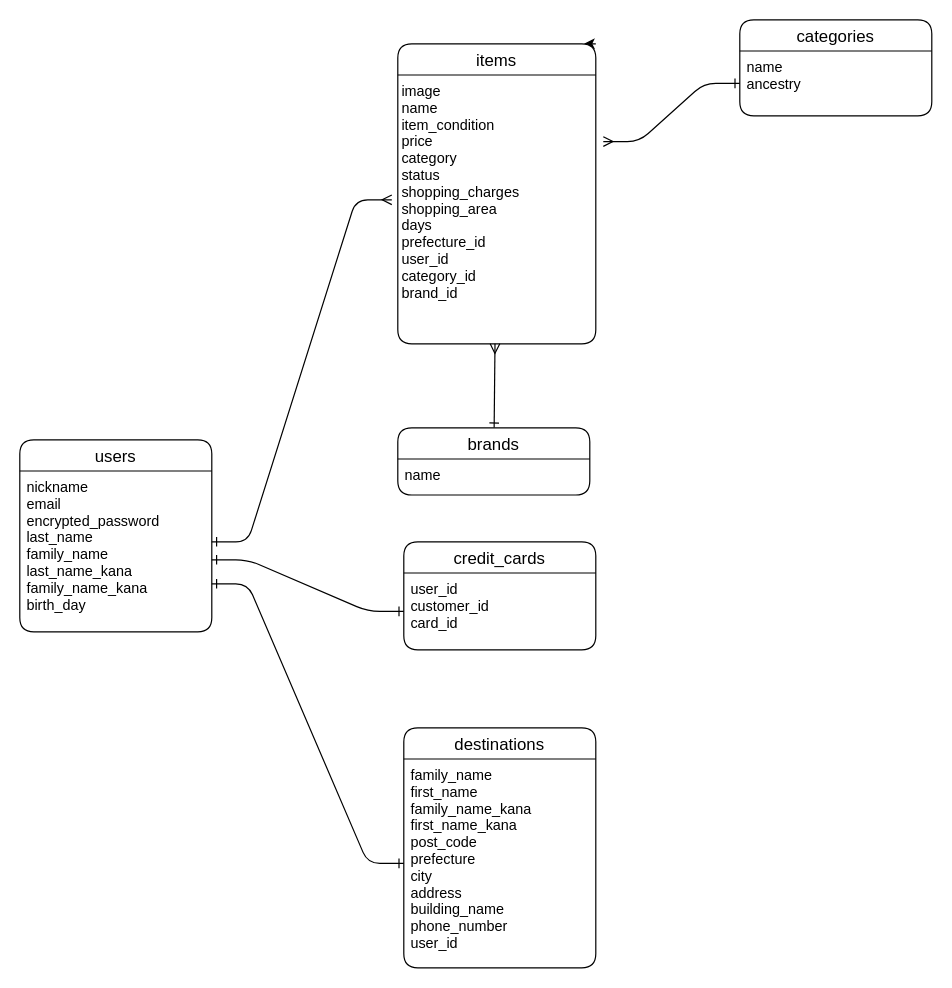
Earlier version of the draw.io diagram test.dio (harukou81mmm/furima-36344). Source tidied: cells renumbered, new cells numbered last; positions are measured from the earlier drawing's top-left corner, leaving out a move shared by most shapes. Both pictures are drawn from the tidied source at 120%, with x=0, y=0 at pixel (19, 19).
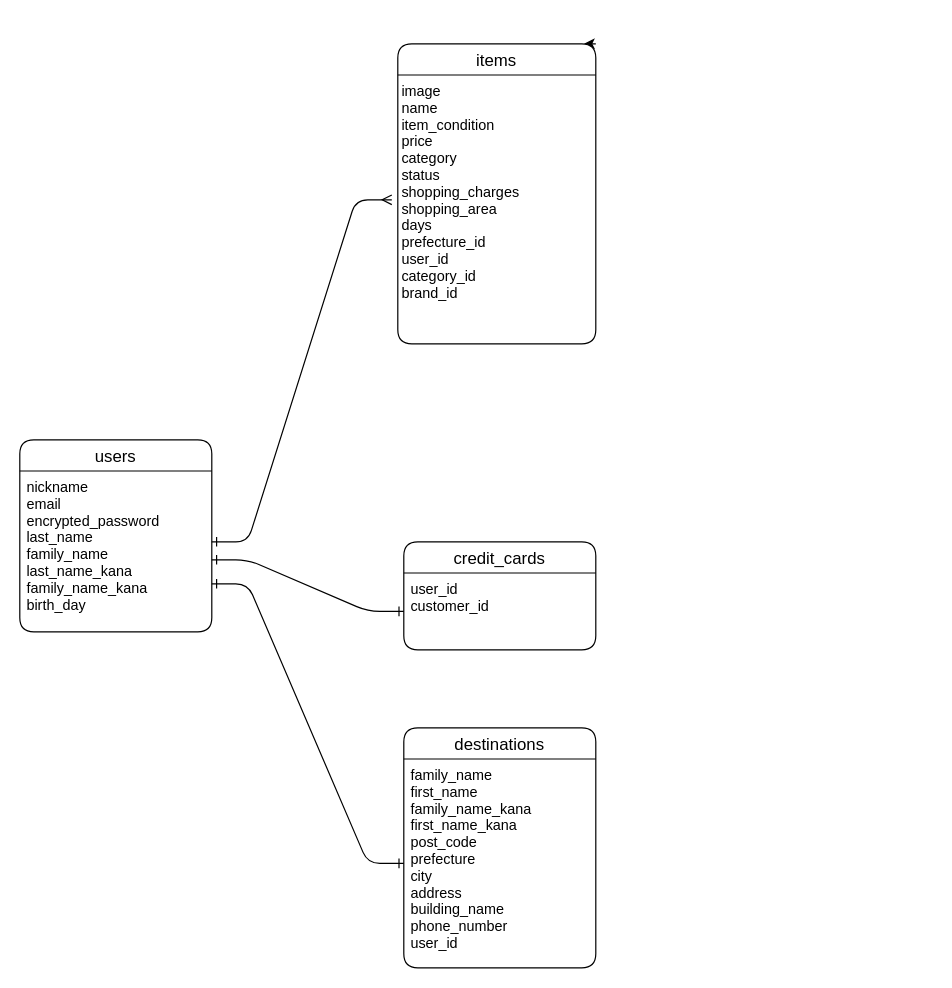
Above is the later version.

Commit message (it also covers changes not shown here):
activehashテーブル削除,credit_cardテーブル修正

Unchanged cells that the change refers to:
```xml
<mxCell id="6" value="credit_cards" style="swimlane;fontStyle=0;horizontal=1;startSize=26;align=center;fontSize=14;rounded=1;" parent="1" vertex="1">
  <mxGeometry x="320" y="435" width="160" height="90" as="geometry" />
</mxCell>
<mxCell id="21" value="image&#10;name&#10;item_condition&#10;price&#10;category&#10;status&#10;shopping_charges&#10;shopping_area&#10;days&#10;prefecture_id&#10;user_id&#10;category_id&#10;brand_id" style="text;strokeColor=none;fillColor=none;spacingLeft=4;spacingRight=4;overflow=hidden;points=[[0,0.5],[1,0.5]];portConstraint=eastwest;fontSize=12;rounded=1;" parent="1" vertex="1">
  <mxGeometry x="312.5" y="46" width="170" height="194" as="geometry" />
</mxCell>
```

The edit, as a diff of the source:
```diff
@@
-    <mxCell id="7" value="user_id&#10;customer_id&#10;card_id" style="text;strokeColor=none;fillColor=none;spacingLeft=4;spacingRight=4;overflow=hidden;points=[[0,0.5],[1,0.5]];portConstraint=eastwest;fontSize=12;rounded=1;" parent="6" vertex="1">
+    <mxCell id="7" value="user_id&#10;customer_id" style="text;strokeColor=none;fillColor=none;spacingLeft=4;spacingRight=4;overflow=hidden;points=[[0,0.5],[1,0.5]];portConstraint=eastwest;fontSize=12;rounded=1;" parent="6" vertex="1">
       <mxGeometry y="26" width="160" height="64" as="geometry" />
     </mxCell>
@@
-    <mxCell id="11" value="categories" style="swimlane;fontStyle=0;horizontal=1;startSize=26;align=center;fontSize=14;rounded=1;" parent="1" vertex="1">
-      <mxGeometry x="600" width="160" height="80" as="geometry" />
-    </mxCell>
-    <mxCell id="12" value="name&#10;ancestry" style="text;strokeColor=none;fillColor=none;spacingLeft=4;spacingRight=4;overflow=hidden;points=[[0,0.5],[1,0.5]];portConstraint=eastwest;fontSize=12;rounded=1;" parent="11" vertex="1">
-      <mxGeometry y="26" width="160" height="54" as="geometry" />
-    </mxCell>
-    <mxCell id="13" style="edgeStyle=none;rounded=0;jettySize=auto;html=1;endArrow=ERmany;endFill=0;startArrow=ERone;startFill=0;" parent="1" edge="1" source="14">
-      <mxGeometry relative="1" as="geometry">
-        <mxPoint x="396" y="270" as="targetPoint" />
-      </mxGeometry>
-    </mxCell>
-    <mxCell id="14" value="brands" style="swimlane;fontStyle=0;horizontal=1;startSize=26;align=center;fontSize=14;rounded=1;" parent="1" vertex="1">
-      <mxGeometry x="315" y="340" width="160" height="56" as="geometry" />
-    </mxCell>
-    <mxCell id="15" value="name" style="text;strokeColor=none;fillColor=none;spacingLeft=4;spacingRight=4;overflow=hidden;fontSize=12;rounded=1;" parent="14" vertex="1">
-      <mxGeometry y="26" width="160" height="30" as="geometry" />
-    </mxCell>
@@
-    <mxCell id="20" style="edgeStyle=entityRelationEdgeStyle;fontSize=12;html=1;endArrow=ERmany;startArrow=ERone;entryX=1.022;entryY=0.286;entryDx=0;entryDy=0;entryPerimeter=0;exitX=0;exitY=0.5;exitDx=0;exitDy=0;endFill=0;startFill=0;" parent="1" edge="1" source="12" target="21">
-      <mxGeometry relative="1" as="geometry" />
-    </mxCell>
```
